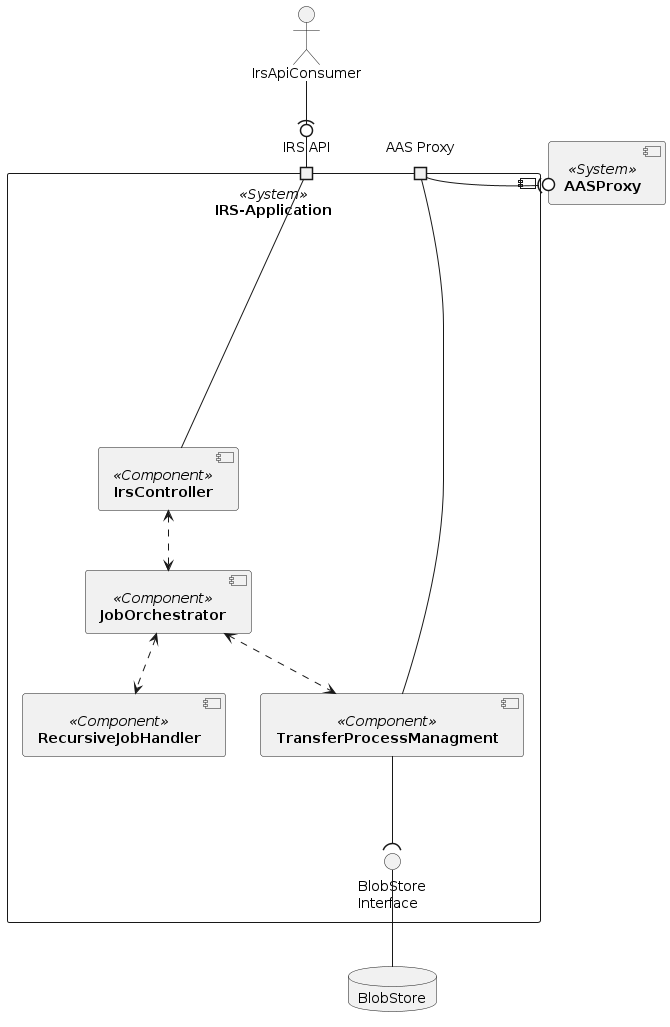
Earlier version of the PlantUML export docs/assets/arc42/arc42_003.png (catenax-ng/tx-item-relationship-service). The source it was exported from:
```plantuml
@startuml
skinparam monochrome true
skinparam shadowing false

 component [**IRS-Application**] <<System>> as IRS {
    component [**RecursiveJobHandler**] <<Component>> as RecursiveJobHandler
    component [**IrsController**] <<Component>> as IrsController
    component [**JobOrchestrator**] <<Component>> as JobOrchestrator
    component [**TransferProcessManagment**] <<Component>> as TransferProcessManagment



    port "IRS API" as API_PORT
    port "AAS Proxy" as AAS_PORT

    () "BlobStore\nInterface" as StoreInterface


    IrsController <..> JobOrchestrator
    JobOrchestrator <..> TransferProcessManagment
    JobOrchestrator <..> RecursiveJobHandler
    TransferProcessManagment --( StoreInterface


}
component [**AASProxy**] <<System>> as AASProxy
actor IrsApiConsumer
IrsController -up- API_PORT
IrsApiConsumer -(0- API_PORT


TransferProcessManagment --- AAS_PORT
AAS_PORT -(0 AASProxy

database "BlobStore" as BlobStore
StoreInterface -down- BlobStore

@enduml
```
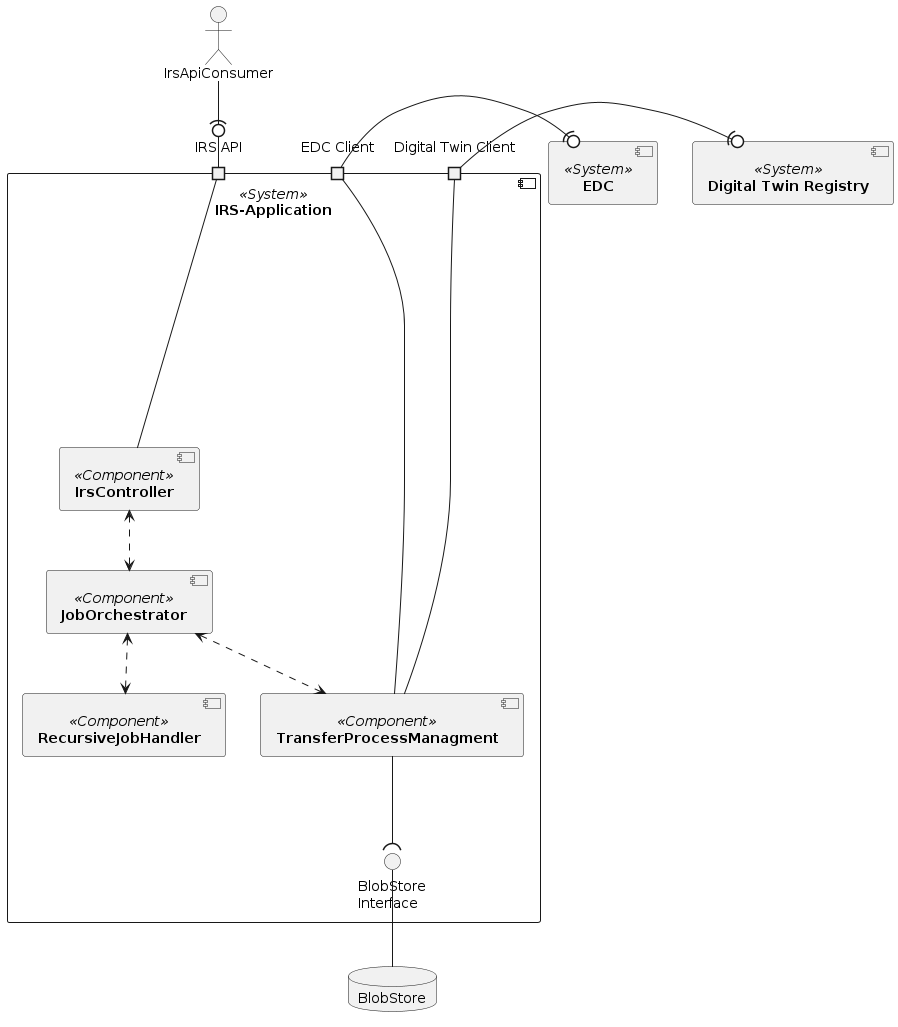
The same file after the commit.

What changed in the source:
```diff
@@ -6,31 +6,35 @@
     component [**RecursiveJobHandler**] <<Component>> as RecursiveJobHandler
     component [**IrsController**] <<Component>> as IrsController
     component [**JobOrchestrator**] <<Component>> as JobOrchestrator
-    component [**TransferProcessManagment**] <<Component>> as TransferProcessManagment
+    component [**TransferProcessManagment**] <<Component>> as TransferProcessManagement
 
 
 
     port "IRS API" as API_PORT
-    port "AAS Proxy" as AAS_PORT
+    port "Digital Twin Client" as AAS_PORT
+    port "EDC Client" as EDC_PORT
 
     () "BlobStore\nInterface" as StoreInterface
 
 
     IrsController <..> JobOrchestrator
-    JobOrchestrator <..> TransferProcessManagment
+    JobOrchestrator <..> TransferProcessManagement
     JobOrchestrator <..> RecursiveJobHandler
-    TransferProcessManagment --( StoreInterface
+    TransferProcessManagement --( StoreInterface
 
 
 }
-component [**AASProxy**] <<System>> as AASProxy
+component [**Digital Twin Registry**] <<System>> as DTR
+component [**EDC**] <<System>> as EDC
 actor IrsApiConsumer
 IrsController -up- API_PORT
 IrsApiConsumer -(0- API_PORT
 
 
-TransferProcessManagment --- AAS_PORT
-AAS_PORT -(0 AASProxy
+TransferProcessManagement --- AAS_PORT
+TransferProcessManagement --- EDC_PORT
+AAS_PORT -(0 DTR
+EDC_PORT -(0 EDC
 
 database "BlobStore" as BlobStore
 StoreInterface -down- BlobStore
```
